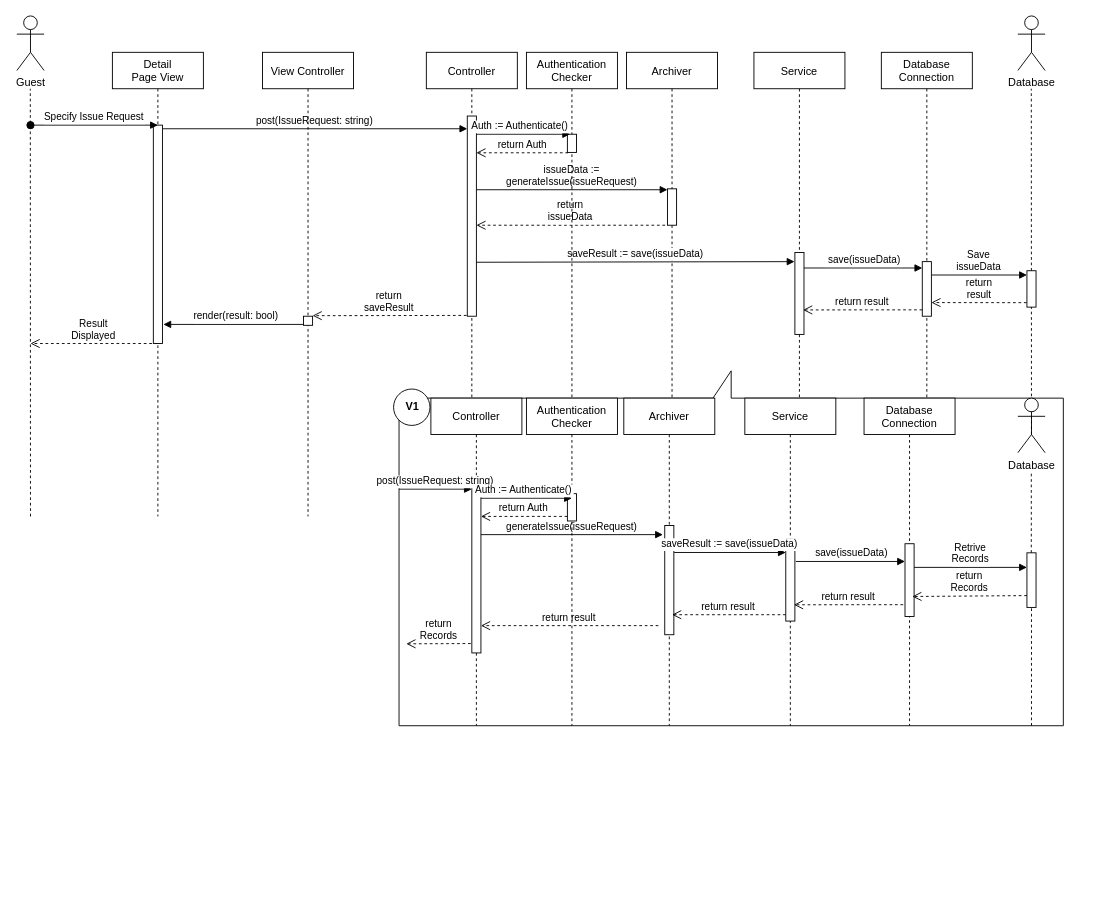
This is docs/SequenceDiagram/diagrams/SD-UC-09.drawio from youngkwon02/Enhanced-library-management, a draw.io file, before an edit. Source tidied: cells renumbered, new cells numbered last; positions are measured from the earlier drawing's top-left corner, leaving out a move shared by most shapes. Both pictures are drawn from the tidied source at 91%, with x=0, y=0 at pixel (16, 15).
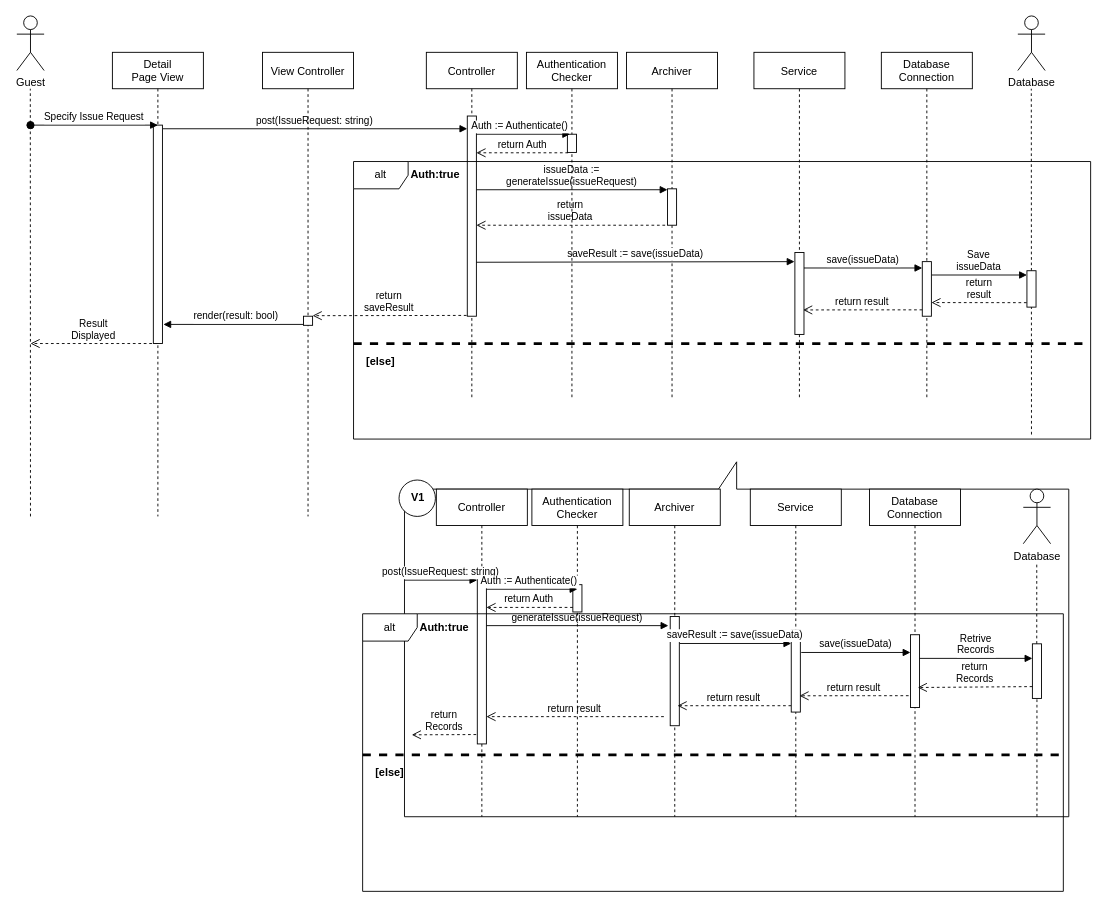
The same page after the edit.

The change refers to these unchanged cells:
```xml
<mxCell id="8" value="Archiver" style="shape=umlLifeline;perimeter=lifelinePerimeter;rounded=0;shadow=0;strokeWidth=1;" parent="1" vertex="1">
  <mxGeometry x="670" y="40" width="100" height="380" as="geometry" />
</mxCell>
<mxCell id="24" style="points=[];perimeter=orthogonalPerimeter;rounded=0;shadow=0;strokeWidth=1;" parent="23" vertex="1">
  <mxGeometry x="45" y="90" width="10" height="190" as="geometry" />
</mxCell>
<mxCell id="61" style="points=[];perimeter=orthogonalPerimeter;rounded=0;shadow=0;strokeWidth=1;" parent="60" vertex="1">
  <mxGeometry x="45" y="105" width="10" height="30" as="geometry" />
</mxCell>
```

The edit, as a diff of the source:
```diff
@@
     <mxCell id="2" style="shape=callout;whiteSpace=wrap;html=1;perimeter=calloutPerimeter;rotation=-180;" parent="1" vertex="1">
-      <mxGeometry x="420" y="390" width="730" height="390" as="geometry" />
+      <mxGeometry x="426" y="490" width="730" height="390" as="geometry" />
     </mxCell>
     <mxCell id="3" value="Archiver" style="shape=umlLifeline;perimeter=lifelinePerimeter;rounded=0;shadow=0;strokeWidth=1;" parent="1" vertex="1">
-      <mxGeometry x="667" y="420" width="100" height="360" as="geometry" />
+      <mxGeometry x="673" y="520" width="100" height="360" as="geometry" />
     </mxCell>
@@
-    <mxCell id="10" value=" save(issueData)" style="verticalAlign=bottom;endArrow=block;shadow=0;strokeWidth=1;entryX=-0.04;entryY=0.006;entryDx=0;entryDy=0;entryPerimeter=0;exitX=1;exitY=0.222;exitDx=0;exitDy=0;exitPerimeter=0;" parent="8" edge="1">
+    <mxCell id="10" value=" save(issueData)" style="verticalAlign=bottom;endArrow=block;shadow=0;strokeWidth=1;entryX=-0.04;entryY=0.006;entryDx=0;entryDy=0;entryPerimeter=0;exitX=1;exitY=0.222;exitDx=0;exitDy=0;exitPerimeter=0;" parent="8" edge="1">
       <mxGeometry relative="1" as="geometry">
         <mxPoint x="195" y="237" as="sourcePoint" />
         <mxPoint x="325" y="237" as="targetPoint" />
       </mxGeometry>
     </mxCell>
@@
     <mxCell id="23" value="Controller" style="shape=umlLifeline;perimeter=lifelinePerimeter;rounded=0;shadow=0;strokeWidth=1;" parent="1" vertex="1">
-      <mxGeometry x="455" y="420" width="100" height="360" as="geometry" />
+      <mxGeometry x="461" y="520" width="100" height="360" as="geometry" />
     </mxCell>
@@
     <mxCell id="25" value="Database&#10;Connection" style="shape=umlLifeline;perimeter=lifelinePerimeter;rounded=0;shadow=0;strokeWidth=1;" parent="1" vertex="1">
-      <mxGeometry x="931" y="420" width="100" height="360" as="geometry" />
+      <mxGeometry x="937" y="520" width="100" height="360" as="geometry" />
     </mxCell>
@@
     <mxCell id="27" value="Database" style="shape=umlActor;verticalLabelPosition=bottom;verticalAlign=top;html=1;" parent="1" vertex="1">
-      <mxGeometry x="1100" y="420" width="30" height="60" as="geometry" />
+      <mxGeometry x="1106" y="520" width="30" height="60" as="geometry" />
     </mxCell>
     <mxCell id="28" style="endArrow=none;dashed=1;html=1;startArrow=none;" parent="1" edge="1" source="29">
       <mxGeometry relative="1" as="geometry">
-        <mxPoint x="1114.8" y="500" as="targetPoint" />
+        <mxPoint x="1120.8" y="600" as="targetPoint" />
       </mxGeometry>
     </mxCell>
     <mxCell id="29" style="points=[];perimeter=orthogonalPerimeter;rounded=0;shadow=0;strokeWidth=1;" parent="1" vertex="1">
-      <mxGeometry x="1110" y="590" width="10" height="60" as="geometry" />
+      <mxGeometry x="1116" y="690" width="10" height="60" as="geometry" />
     </mxCell>
     <mxCell id="30" style="endArrow=none;dashed=1;html=1;startArrow=none;" parent="1" edge="1" target="29">
       <mxGeometry relative="1" as="geometry">
-        <mxPoint x="1115" y="780" as="sourcePoint" />
+        <mxPoint x="1121" y="880" as="sourcePoint" />
       </mxGeometry>
     </mxCell>
     <mxCell id="31" value="Retrive&#10;Records" style="verticalAlign=bottom;endArrow=block;shadow=0;strokeWidth=1;" parent="1" edge="1">
       <mxGeometry relative="1" as="geometry">
-        <mxPoint x="986" y="606" as="sourcePoint" />
-        <mxPoint x="1110" y="606" as="targetPoint" />
+        <mxPoint x="992" y="706" as="sourcePoint" />
+        <mxPoint x="1116" y="706" as="targetPoint" />
       </mxGeometry>
     </mxCell>
     <mxCell id="32" value="return&#10;Records" style="verticalAlign=bottom;endArrow=open;dashed=1;endSize=8;exitX=-0.026;exitY=1.002;shadow=0;strokeWidth=1;exitDx=0;exitDy=0;exitPerimeter=0;" parent="1" edge="1">
       <mxGeometry relative="1" as="geometry">
-        <mxPoint x="1110" y="637" as="sourcePoint" />
-        <mxPoint x="984" y="638" as="targetPoint" />
+        <mxPoint x="1116" y="737" as="sourcePoint" />
+        <mxPoint x="990" y="738" as="targetPoint" />
       </mxGeometry>
     </mxCell>
     <mxCell id="33" value="return&#10;Records" style="verticalAlign=bottom;endArrow=open;dashed=1;endSize=8;shadow=0;strokeWidth=1;exitX=0.083;exitY=0.931;exitDx=0;exitDy=0;exitPerimeter=0;" parent="1" edge="1">
       <mxGeometry relative="1" as="geometry">
-        <mxPoint x="498.8" y="689.7" as="sourcePoint" />
-        <mxPoint x="428" y="690" as="targetPoint" />
+        <mxPoint x="504.8" y="789.7" as="sourcePoint" />
+        <mxPoint x="434" y="790" as="targetPoint" />
       </mxGeometry>
     </mxCell>
     <mxCell id="34" style="ellipse;whiteSpace=wrap;html=1;" parent="1" vertex="1">
-      <mxGeometry x="414" y="410" width="40" height="40" as="geometry" />
+      <mxGeometry x="420" y="510" width="40" height="40" as="geometry" />
     </mxCell>
     <mxCell id="35" value="&lt;b&gt;V1&lt;/b&gt;" style="text;html=1;strokeColor=none;fillColor=none;align=center;verticalAlign=middle;whiteSpace=wrap;rounded=0;" parent="1" vertex="1">
-      <mxGeometry x="415" y="420" width="40" height="20" as="geometry" />
+      <mxGeometry x="421" y="520" width="40" height="20" as="geometry" />
     </mxCell>
     <mxCell id="36" value="generateIssue(issueRequest)" style="verticalAlign=bottom;endArrow=block;shadow=0;strokeWidth=1;" parent="1" edge="1">
       <mxGeometry relative="1" as="geometry">
-        <mxPoint x="510" y="570" as="sourcePoint" />
-        <mxPoint x="710" y="570" as="targetPoint" />
+        <mxPoint x="516" y="670" as="sourcePoint" />
+        <mxPoint x="716" y="670" as="targetPoint" />
       </mxGeometry>
     </mxCell>
     <mxCell id="37" value="post(IssueRequest: string)" style="verticalAlign=bottom;endArrow=block;shadow=0;strokeWidth=1;" parent="1" edge="1">
       <mxGeometry relative="1" as="geometry">
-        <mxPoint x="420" y="520" as="sourcePoint" />
-        <mxPoint x="500" y="520" as="targetPoint" />
+        <mxPoint x="426" y="620" as="sourcePoint" />
+        <mxPoint x="506" y="620" as="targetPoint" />
       </mxGeometry>
     </mxCell>
     <mxCell id="38" value="return result" style="verticalAlign=bottom;endArrow=open;dashed=1;endSize=8;shadow=0;strokeWidth=1;" parent="1" edge="1">
       <mxGeometry relative="1" as="geometry">
-        <mxPoint x="845" y="658" as="sourcePoint" />
-        <mxPoint x="720" y="658" as="targetPoint" />
+        <mxPoint x="851" y="758" as="sourcePoint" />
+        <mxPoint x="726" y="758" as="targetPoint" />
       </mxGeometry>
     </mxCell>
     <mxCell id="39" value="return result" style="verticalAlign=bottom;endArrow=open;dashed=1;endSize=8;shadow=0;strokeWidth=1;" parent="1" edge="1" target="24">
       <mxGeometry relative="1" as="geometry">
-        <mxPoint x="705" y="670" as="sourcePoint" />
+        <mxPoint x="711" y="770" as="sourcePoint" />
       </mxGeometry>
     </mxCell>
@@
     <mxCell id="55" value="Service" style="shape=umlLifeline;perimeter=lifelinePerimeter;rounded=0;shadow=0;strokeWidth=1;" parent="1" vertex="1">
-      <mxGeometry x="800" y="420" width="100" height="360" as="geometry" />
+      <mxGeometry x="806" y="520" width="100" height="360" as="geometry" />
     </mxCell>
@@
-    <mxCell id="57" value=" save(issueData)" style="verticalAlign=bottom;endArrow=block;shadow=0;strokeWidth=1;entryX=-0.04;entryY=0.006;entryDx=0;entryDy=0;entryPerimeter=0;exitX=1.5;exitY=0.272;exitDx=0;exitDy=0;exitPerimeter=0;" parent="1" edge="1">
+    <mxCell id="57" value=" save(issueData)" style="verticalAlign=bottom;endArrow=block;shadow=0;strokeWidth=1;entryX=-0.04;entryY=0.006;entryDx=0;entryDy=0;entryPerimeter=0;exitX=1.5;exitY=0.272;exitDx=0;exitDy=0;exitPerimeter=0;" parent="1" edge="1">
       <mxGeometry relative="1" as="geometry">
-        <mxPoint x="856" y="599.5" as="sourcePoint" />
-        <mxPoint x="976" y="599.5" as="targetPoint" />
+        <mxPoint x="862" y="699.5" as="sourcePoint" />
+        <mxPoint x="982" y="699.5" as="targetPoint" />
       </mxGeometry>
     </mxCell>
     <mxCell id="58" value="return result" style="verticalAlign=bottom;endArrow=open;dashed=1;endSize=8;shadow=0;strokeWidth=1;entryX=0.54;entryY=0.667;entryDx=0;entryDy=0;entryPerimeter=0;" parent="1" edge="1">
       <mxGeometry relative="1" as="geometry">
-        <mxPoint x="974" y="647" as="sourcePoint" />
-        <mxPoint x="854" y="647.1" as="targetPoint" />
+        <mxPoint x="980" y="747" as="sourcePoint" />
+        <mxPoint x="860" y="747.1" as="targetPoint" />
         <Array as="points">
-          <mxPoint x="930" y="647" />
+          <mxPoint x="936" y="747" />
         </Array>
       </mxGeometry>
     </mxCell>
@@
     <mxCell id="60" value="Authentication&#10;Checker" style="shape=umlLifeline;perimeter=lifelinePerimeter;rounded=0;shadow=0;strokeWidth=1;" parent="1" vertex="1">
-      <mxGeometry x="560" y="420" width="100" height="360" as="geometry" />
+      <mxGeometry x="566" y="520" width="100" height="360" as="geometry" />
     </mxCell>
@@
     <mxCell id="62" value="Auth := Authenticate()" style="verticalAlign=bottom;endArrow=block;shadow=0;strokeWidth=1;" parent="1" edge="1">
       <mxGeometry x="-0.07" relative="1" as="geometry">
-        <mxPoint x="510" y="530" as="sourcePoint" />
-        <mxPoint x="610" y="530" as="targetPoint" />
+        <mxPoint x="516" y="630" as="sourcePoint" />
+        <mxPoint x="616" y="630" as="targetPoint" />
       </mxGeometry>
     </mxCell>
     <mxCell id="63" value="return Auth" style="verticalAlign=bottom;endArrow=open;dashed=1;endSize=8;shadow=0;strokeWidth=1;exitX=0;exitY=0.833;exitDx=0;exitDy=0;exitPerimeter=0;" parent="1" edge="1" source="61">
       <mxGeometry relative="1" as="geometry">
-        <mxPoint x="510" y="550" as="targetPoint" />
+        <mxPoint x="516" y="650" as="targetPoint" />
       </mxGeometry>
     </mxCell>
+    <mxCell id="64" value="alt" style="shape=umlFrame;whiteSpace=wrap;html=1;" parent="1" vertex="1">
+      <mxGeometry x="370" y="160" width="810" height="305" as="geometry" />
+    </mxCell>
+    <mxCell id="65" value="&lt;b&gt;Auth:true&lt;/b&gt;" style="text;html=1;strokeColor=none;fillColor=none;align=center;verticalAlign=middle;whiteSpace=wrap;rounded=0;" parent="1" vertex="1">
+      <mxGeometry x="440" y="165" width="40" height="20" as="geometry" />
+    </mxCell>
+    <mxCell id="66" style="endArrow=none;dashed=1;html=1;strokeWidth=3;" parent="1" edge="1">
+      <mxGeometry relative="1" as="geometry">
+        <mxPoint x="370" y="360" as="sourcePoint" />
+        <mxPoint x="1180" y="360" as="targetPoint" />
+      </mxGeometry>
+    </mxCell>
+    <mxCell id="67" value="&lt;b&gt;[else]&lt;/b&gt;" style="text;html=1;strokeColor=none;fillColor=none;align=center;verticalAlign=middle;whiteSpace=wrap;rounded=0;" parent="1" vertex="1">
+      <mxGeometry x="380" y="370" width="40" height="20" as="geometry" />
+    </mxCell>
+    <mxCell id="68" value="alt" style="shape=umlFrame;whiteSpace=wrap;html=1;" parent="1" vertex="1">
+      <mxGeometry x="380" y="657" width="770" height="305" as="geometry" />
+    </mxCell>
+    <mxCell id="69" value="&lt;b&gt;Auth:true&lt;/b&gt;" style="text;html=1;strokeColor=none;fillColor=none;align=center;verticalAlign=middle;whiteSpace=wrap;rounded=0;" parent="1" vertex="1">
+      <mxGeometry x="450" y="662" width="40" height="20" as="geometry" />
+    </mxCell>
+    <mxCell id="70" style="endArrow=none;dashed=1;html=1;strokeWidth=3;" parent="1" edge="1">
+      <mxGeometry relative="1" as="geometry">
+        <mxPoint x="380" y="812" as="sourcePoint" />
+        <mxPoint x="1150" y="812" as="targetPoint" />
+      </mxGeometry>
+    </mxCell>
+    <mxCell id="71" value="&lt;b&gt;[else]&lt;/b&gt;" style="text;html=1;strokeColor=none;fillColor=none;align=center;verticalAlign=middle;whiteSpace=wrap;rounded=0;" parent="1" vertex="1">
+      <mxGeometry x="390" y="822" width="40" height="20" as="geometry" />
+    </mxCell>
```
